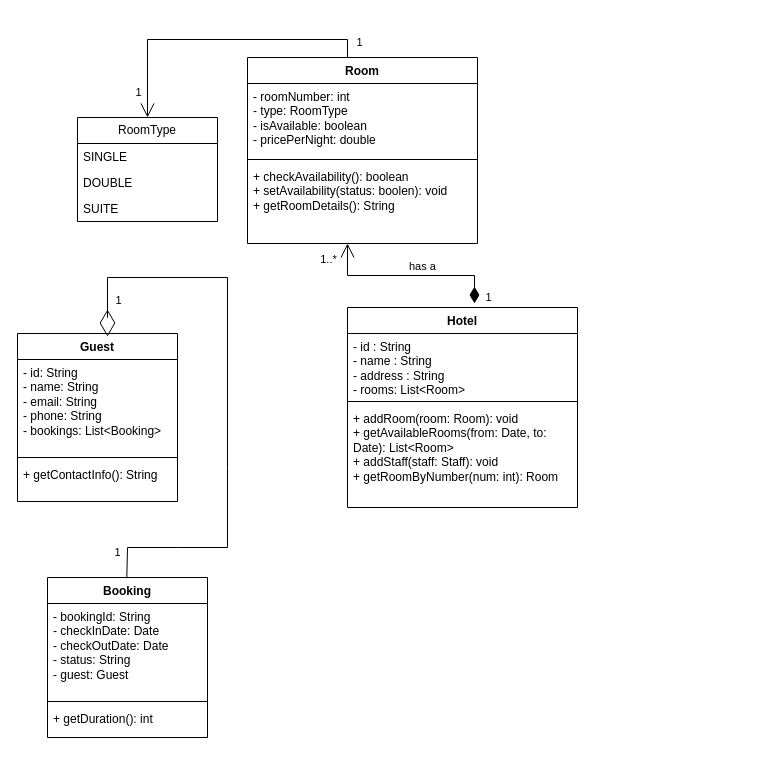
Janardhan-Waghchaure/LLD_HotelManagement keeps this draw.io diagram as Diagramme/LLD Hotel Management.drawio. Above is the earlier version. Source tidied: cells renumbered, new cells numbered last; positions are measured from the earlier drawing's top-left corner, leaving out a move shared by most shapes. Both pictures are drawn from the tidied source at 100%, with x=0, y=0 at pixel (17, 39).
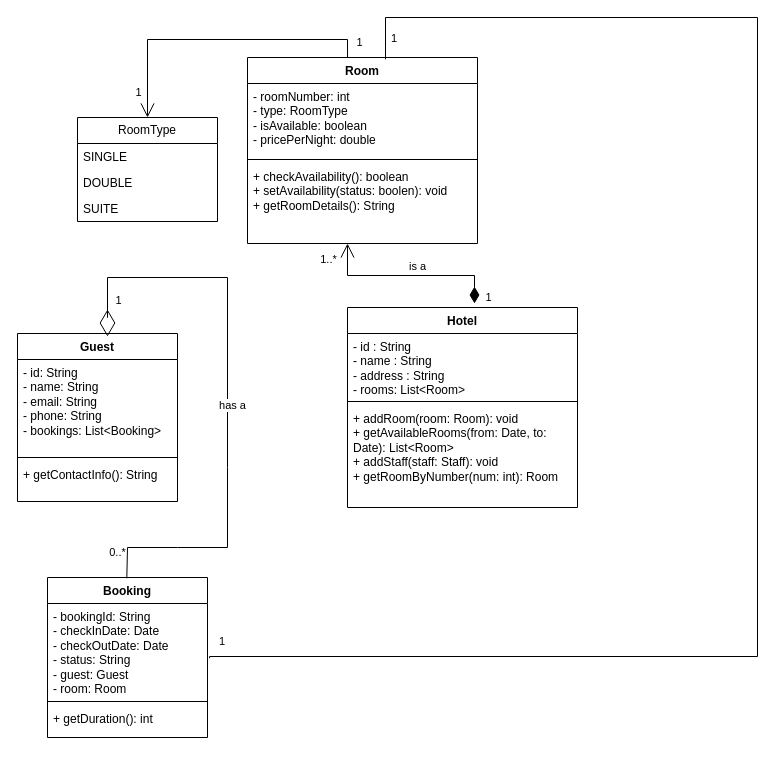
The same page after the edit.

Commit message:
connected booking and room entity

The change refers to these unchanged cells:
```xml
<mxCell id="6" value="Room" style="swimlane;fontStyle=1;align=center;verticalAlign=top;horizontal=1;startSize=26;whiteSpace=wrap;html=1;" parent="1" vertex="1">
  <mxGeometry x="230" y="18" width="230" height="186" as="geometry" />
</mxCell>
<mxCell id="24" value="Booking" style="swimlane;fontStyle=1;align=center;verticalAlign=top;horizontal=1;startSize=26;whiteSpace=wrap;html=1;" parent="1" vertex="1">
  <mxGeometry x="30" y="538" width="160" height="160" as="geometry" />
</mxCell>
<mxCell id="28" style="endArrow=diamondThin;endFill=0;endSize=24;html=1;rounded=0;entryX=0.567;entryY=0.013;entryDx=0;entryDy=0;entryPerimeter=0;exitX=0.5;exitY=0;exitDx=0;exitDy=0;" parent="1" edge="1">
  <mxGeometry relative="1" as="geometry">
    <mxPoint x="109.3" y="538.8" as="sourcePoint" />
    <mxPoint x="90" y="297" as="targetPoint" />
    <Array as="points">
      <mxPoint x="110" y="508" />
      <mxPoint x="160" y="508" />
      <mxPoint x="210" y="508" />
      <mxPoint x="210" y="428" />
      <mxPoint x="210" y="238" />
      <mxPoint x="90" y="238" />
      <mxPoint x="90" y="278" />
    </Array>
  </mxGeometry>
</mxCell>
```

The edit, as a diff of the source:
```diff
@@
-    <mxCell id="14" value="has a&amp;nbsp;" style="endArrow=open;html=1;endSize=12;startArrow=diamondThin;startSize=14;startFill=1;edgeStyle=orthogonalEdgeStyle;align=left;verticalAlign=bottom;rounded=0;" parent="1" edge="1">
+    <mxCell id="14" value="is a" style="endArrow=open;html=1;endSize=12;startArrow=diamondThin;startSize=14;startFill=1;edgeStyle=orthogonalEdgeStyle;align=left;verticalAlign=bottom;rounded=0;" parent="1" edge="1">
       <mxGeometry x="0.02" relative="1" as="geometry">
         <mxPoint x="457" y="264" as="sourcePoint" />
         <mxPoint x="330" y="204" as="targetPoint" />
         <Array as="points">
           <mxPoint x="457" y="236" />
           <mxPoint x="330" y="236" />
         </Array>
       </mxGeometry>
     </mxCell>
@@
-    <mxCell id="25" value="- bookingId: String&lt;div&gt;- checkInDate: Date&lt;/div&gt;&lt;div&gt;- checkOutDate: Date&lt;/div&gt;&lt;div&gt;- status: String&lt;/div&gt;&lt;div&gt;- guest: Guest&lt;/div&gt;" style="text;strokeColor=none;fillColor=none;align=left;verticalAlign=top;spacingLeft=4;spacingRight=4;overflow=hidden;points=[[0,0.5],[1,0.5]];portConstraint=eastwest;whiteSpace=wrap;html=1;" parent="24" vertex="1">
+    <mxCell id="25" value="- bookingId: String&lt;div&gt;- checkInDate: Date&lt;/div&gt;&lt;div&gt;- checkOutDate: Date&lt;/div&gt;&lt;div&gt;- status: String&lt;/div&gt;&lt;div&gt;- guest: Guest&lt;/div&gt;&lt;div&gt;- room: Room&lt;/div&gt;" style="text;strokeColor=none;fillColor=none;align=left;verticalAlign=top;spacingLeft=4;spacingRight=4;overflow=hidden;points=[[0,0.5],[1,0.5]];portConstraint=eastwest;whiteSpace=wrap;html=1;" parent="24" vertex="1">
       <mxGeometry y="26" width="160" height="94" as="geometry" />
     </mxCell>
@@
-    <mxCell id="29" value="1" style="edgeLabel;html=1;align=center;verticalAlign=middle;" parent="28" vertex="1">
+    <mxCell id="29" value="0..*" style="edgeLabel;html=1;align=center;verticalAlign=middle;" parent="28" vertex="1">
       <mxGeometry x="-0.91" relative="1" as="geometry">
         <mxPoint x="-10" as="offset" />
       </mxGeometry>
     </mxCell>
@@
+    <mxCell id="31" value="has a" style="edgeLabel;html=1;align=center;verticalAlign=middle;" parent="28" vertex="1">
+      <mxGeometry x="-0.06" y="-4" relative="1" as="geometry" />
+    </mxCell>
+    <mxCell id="32" style="endArrow=none;html=1;edgeStyle=orthogonalEdgeStyle;rounded=0;entryX=0.6;entryY=0.01;entryDx=0;entryDy=0;entryPerimeter=0;exitX=1.013;exitY=0.582;exitDx=0;exitDy=0;exitPerimeter=0;" parent="1" edge="1" source="25" target="6">
+      <mxGeometry relative="1" as="geometry">
+        <Array as="points">
+          <mxPoint x="192" y="617" />
+          <mxPoint x="740" y="617" />
+          <mxPoint x="740" y="-22" />
+          <mxPoint x="368" y="-22" />
+        </Array>
+      </mxGeometry>
+    </mxCell>
+    <mxCell id="33" value="1" style="edgeLabel;html=1;align=left;verticalAlign=bottom;" parent="32" vertex="1">
+      <mxGeometry x="-1" relative="1" as="geometry">
+        <mxPoint x="8" y="-9" as="offset" />
+      </mxGeometry>
+    </mxCell>
+    <mxCell id="34" value="1" style="edgeLabel;html=1;align=right;verticalAlign=bottom;" parent="32" vertex="1">
+      <mxGeometry x="1" relative="1" as="geometry">
+        <mxPoint x="12" y="-12" as="offset" />
+      </mxGeometry>
+    </mxCell>
```
